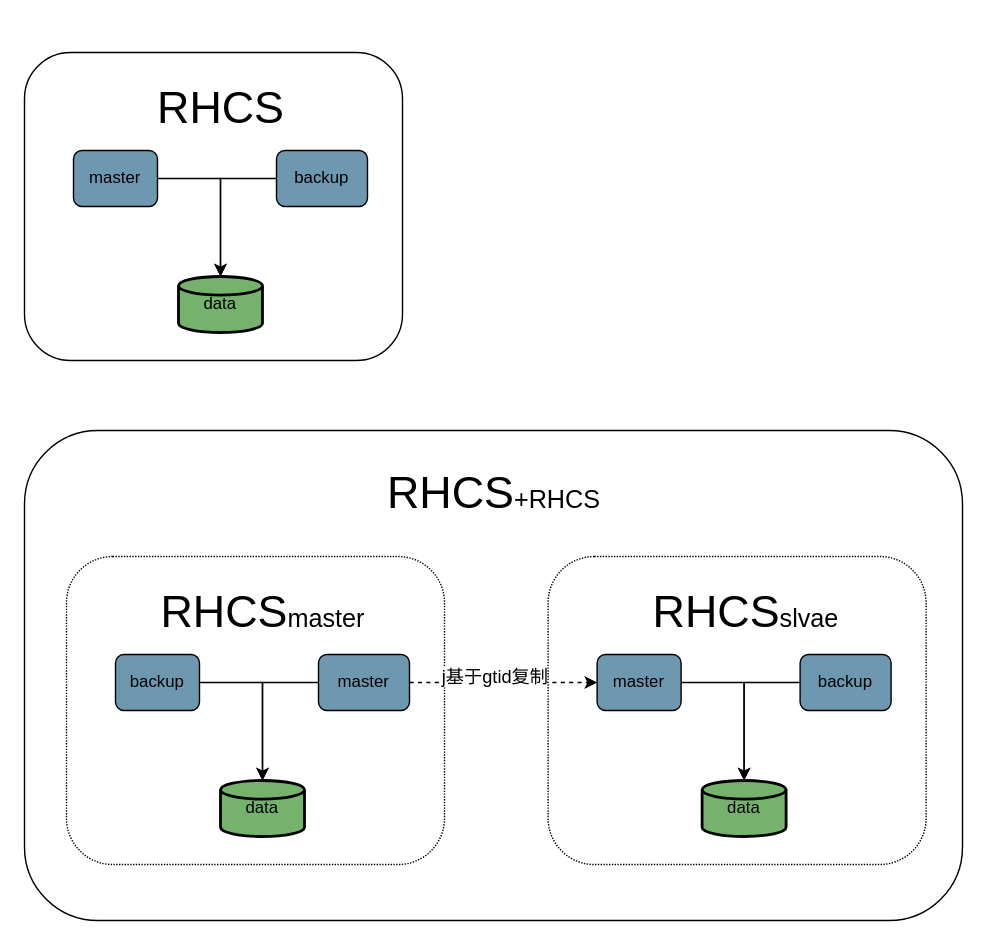
Above: page "RHCS" (3 of 4) of dbscan/dbscan.drawio in maopashui/drawio (draw.io), before the change. Source tidied: cells renumbered, new cells numbered last; positions are measured from the earlier drawing's top-left corner, leaving out a move shared by most shapes. Both pictures are drawn from the tidied source at 140%, with x=0, y=0 at pixel (24, 24).
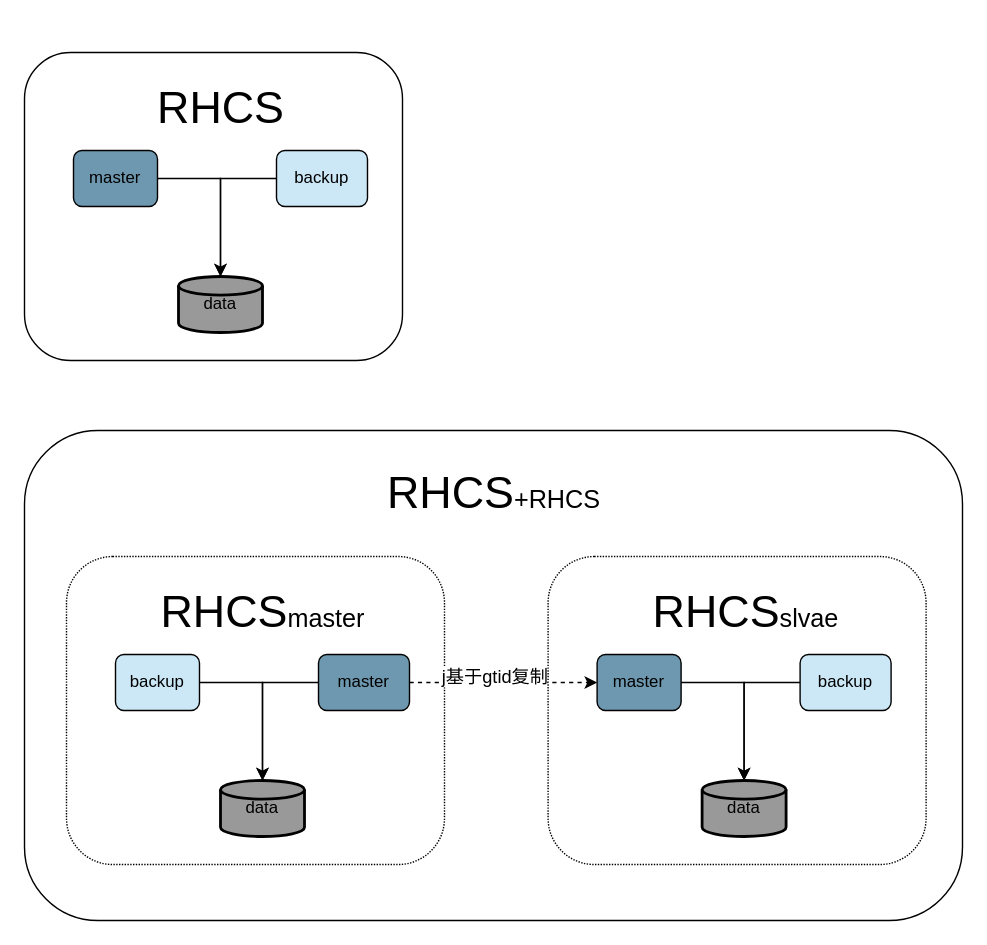
Above is the later version.

Diff of the diagram source:
```diff
@@
-    <mxCell id="3" value="data" style="strokeWidth=2;html=1;shape=mxgraph.flowchart.database;whiteSpace=wrap;rounded=1;glass=0;fillColor=#75B36D;" parent="1" vertex="1">
+    <mxCell id="3" value="data" style="strokeWidth=2;html=1;shape=mxgraph.flowchart.database;whiteSpace=wrap;rounded=1;glass=0;fillColor=#999999;" parent="1" vertex="1">
       <mxGeometry x="110" y="180" width="60" height="40" as="geometry" />
     </mxCell>
@@
-    <mxCell id="7" value="backup" style="rounded=1;whiteSpace=wrap;html=1;glass=0;fillColor=#6E98AF;" parent="1" vertex="1">
+    <mxCell id="7" value="backup" style="rounded=1;whiteSpace=wrap;html=1;glass=0;fillColor=#CCE8F6;" parent="1" vertex="1">
       <mxGeometry x="180" y="90" width="65" height="40" as="geometry" />
     </mxCell>
@@
-    <mxCell id="11" value="data" style="strokeWidth=2;html=1;shape=mxgraph.flowchart.database;whiteSpace=wrap;rounded=1;glass=0;fillColor=#75B36D;" parent="1" vertex="1">
+    <mxCell id="11" value="data" style="strokeWidth=2;html=1;shape=mxgraph.flowchart.database;whiteSpace=wrap;rounded=1;glass=0;fillColor=#999999;" parent="1" vertex="1">
       <mxGeometry x="140" y="540" width="60" height="40" as="geometry" />
     </mxCell>
@@
-    <mxCell id="13" value="backup" style="rounded=1;whiteSpace=wrap;html=1;glass=0;fillColor=#6E98AF;" parent="1" vertex="1">
+    <mxCell id="13" value="backup" style="rounded=1;whiteSpace=wrap;html=1;glass=0;fillColor=#CCE8F6;" parent="1" vertex="1">
       <mxGeometry x="65" y="450" width="60" height="40" as="geometry" />
     </mxCell>
@@
-    <mxCell id="20" value="data" style="strokeWidth=2;html=1;shape=mxgraph.flowchart.database;whiteSpace=wrap;rounded=1;glass=0;fillColor=#75B36D;" parent="1" vertex="1">
+    <mxCell id="20" value="data" style="strokeWidth=2;html=1;shape=mxgraph.flowchart.database;whiteSpace=wrap;rounded=1;glass=0;fillColor=#999999;" parent="1" vertex="1">
       <mxGeometry x="484" y="540" width="60" height="40" as="geometry" />
     </mxCell>
@@
-    <mxCell id="24" value="backup" style="rounded=1;whiteSpace=wrap;html=1;glass=0;fillColor=#6E98AF;" parent="1" vertex="1">
+    <mxCell id="24" value="backup" style="rounded=1;whiteSpace=wrap;html=1;glass=0;fillColor=#CCE8F6;" parent="1" vertex="1">
       <mxGeometry x="554" y="450" width="65" height="40" as="geometry" />
     </mxCell>
```
